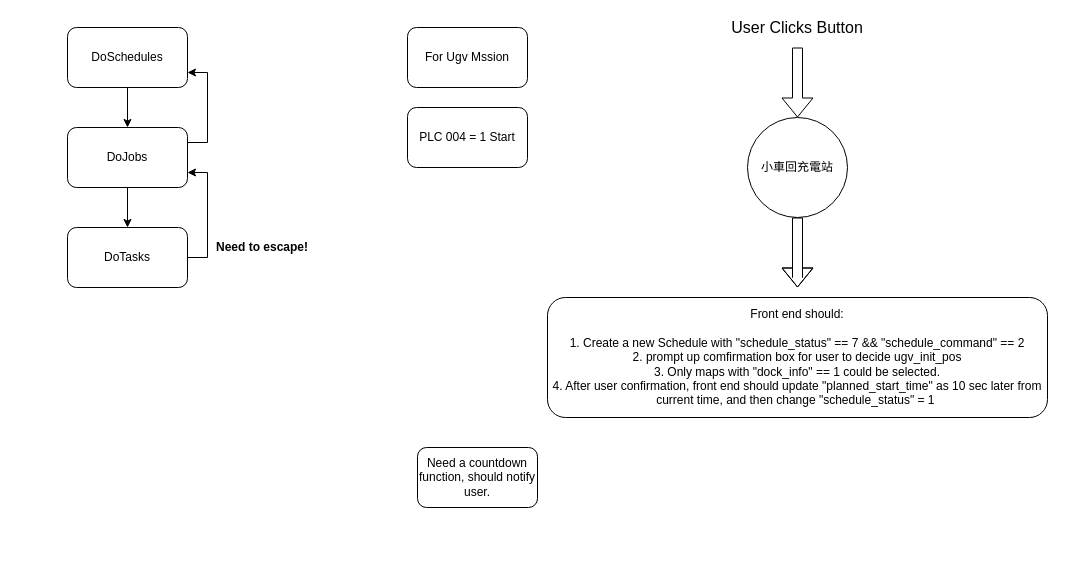
The draw.io diagram page "TwoButtons" (1 of 3) of workflows/workflow_frontend_funtions.drawio in wuyongf/w0303-ipc1, before the edit. Source tidied: cells renumbered, new cells numbered last; positions are measured from the earlier drawing's top-left corner, leaving out a move shared by most shapes. Both pictures are drawn from the tidied source at 100%, with x=0, y=0 at pixel (67, 17).
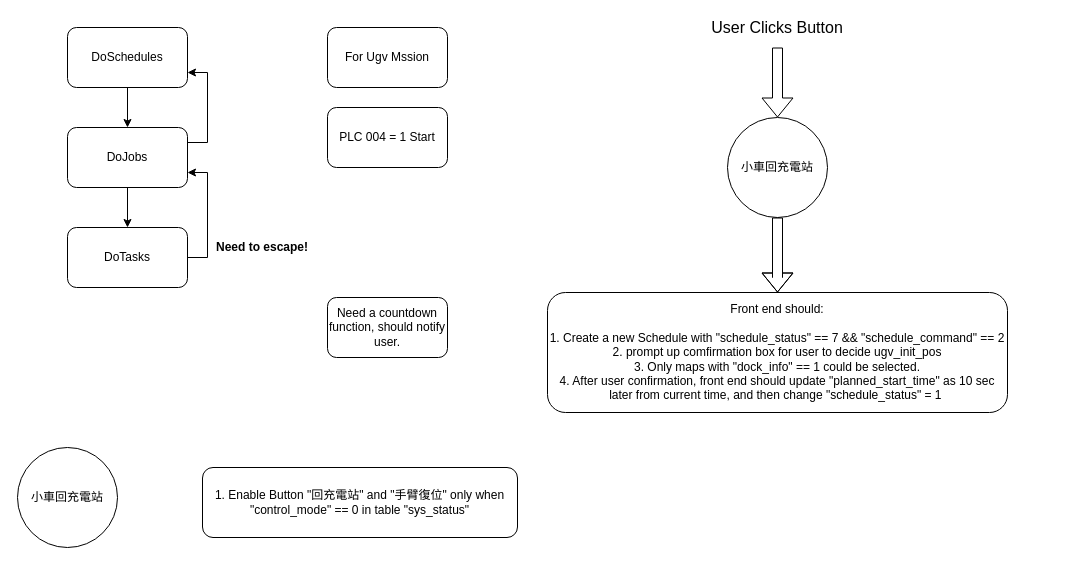
The same page after the edit.

The edit, as a diff of the source:
```diff
@@
     <mxCell id="9" value="For Ugv Mssion" style="rounded=1;whiteSpace=wrap;html=1;" parent="1" vertex="1">
-      <mxGeometry x="340" y="10" width="120" height="60" as="geometry" />
+      <mxGeometry x="260" y="10" width="120" height="60" as="geometry" />
     </mxCell>
     <mxCell id="10" value="PLC 004 = 1 Start" style="rounded=1;whiteSpace=wrap;html=1;" parent="1" vertex="1">
-      <mxGeometry x="340" y="90" width="120" height="60" as="geometry" />
+      <mxGeometry x="260" y="90" width="120" height="60" as="geometry" />
     </mxCell>
@@
     <mxCell id="12" value="小車回充電站" style="ellipse;whiteSpace=wrap;html=1;" parent="1" vertex="1">
-      <mxGeometry x="680" y="100" width="100" height="100" as="geometry" />
+      <mxGeometry x="660" y="100" width="100" height="100" as="geometry" />
     </mxCell>
     <mxCell id="13" style="shape=flexArrow;endArrow=classic;html=1;entryX=0.5;entryY=0;entryDx=0;entryDy=0;" parent="1" edge="1" target="12">
       <mxGeometry relative="1" as="geometry">
-        <mxPoint x="730" y="30" as="sourcePoint" />
+        <mxPoint x="710" y="30" as="sourcePoint" />
       </mxGeometry>
     </mxCell>
     <mxCell id="14" value="&lt;font style=&quot;font-size: 16px&quot;&gt;User Clicks Button&lt;/font&gt;" style="text;html=1;strokeColor=none;fillColor=none;align=center;verticalAlign=middle;whiteSpace=wrap;rounded=0;" parent="1" vertex="1">
-      <mxGeometry x="650" width="160" height="20" as="geometry" />
+      <mxGeometry x="630" width="160" height="20" as="geometry" />
     </mxCell>
-    <mxCell id="15" style="shape=flexArrow;endArrow=classic;html=1;exitX=0.5;exitY=1;exitDx=0;exitDy=0;" parent="1" edge="1" source="12">
+    <mxCell id="15" style="shape=flexArrow;endArrow=classic;html=1;exitX=0.5;exitY=1;exitDx=0;exitDy=0;" parent="1" edge="1" source="12" target="16">
       <mxGeometry relative="1" as="geometry">
-        <mxPoint x="730" y="270" as="targetPoint" />
         <Array as="points">
-          <mxPoint x="730" y="260" />
+          <mxPoint x="710" y="260" />
         </Array>
       </mxGeometry>
     </mxCell>
     <mxCell id="16" value="Front end should:&lt;br&gt;&lt;br&gt;1. Create a new Schedule with &quot;schedule_status&quot; == 7 &amp;amp;&amp;amp; &quot;schedule_command&quot; == 2&lt;br&gt;2. prompt up comfirmation box for user to decide ugv_init_pos&lt;br&gt;3. Only maps with &quot;dock_info&quot; == 1 could be selected.&lt;br&gt;4. After user confirmation, front end should update &quot;planned_start_time&quot; as 10 sec later from current time, and then change &quot;schedule_status&quot; = 1&amp;nbsp;" style="rounded=1;whiteSpace=wrap;html=1;" parent="1" vertex="1">
-      <mxGeometry x="480" y="280" width="500" height="120" as="geometry" />
+      <mxGeometry x="480" y="275" width="460" height="120" as="geometry" />
     </mxCell>
     <mxCell id="17" value="Need a countdown function, should notify user." style="rounded=1;whiteSpace=wrap;html=1;" parent="1" vertex="1">
-      <mxGeometry x="350" y="430" width="120" height="60" as="geometry" />
+      <mxGeometry x="260" y="280" width="120" height="60" as="geometry" />
     </mxCell>
+    <mxCell id="18" value="小車回充電站" style="ellipse;whiteSpace=wrap;html=1;" parent="1" vertex="1">
+      <mxGeometry x="-50" y="430" width="100" height="100" as="geometry" />
+    </mxCell>
+    <mxCell id="19" value="1. Enable Button &quot;回充電站&quot; and &quot;手臂復位&quot; only when &quot;control_mode&quot; == 0 in table &quot;sys_status&quot;" style="rounded=1;whiteSpace=wrap;html=1;" parent="1" vertex="1">
+      <mxGeometry x="135" y="450" width="315" height="70" as="geometry" />
+    </mxCell>
```
